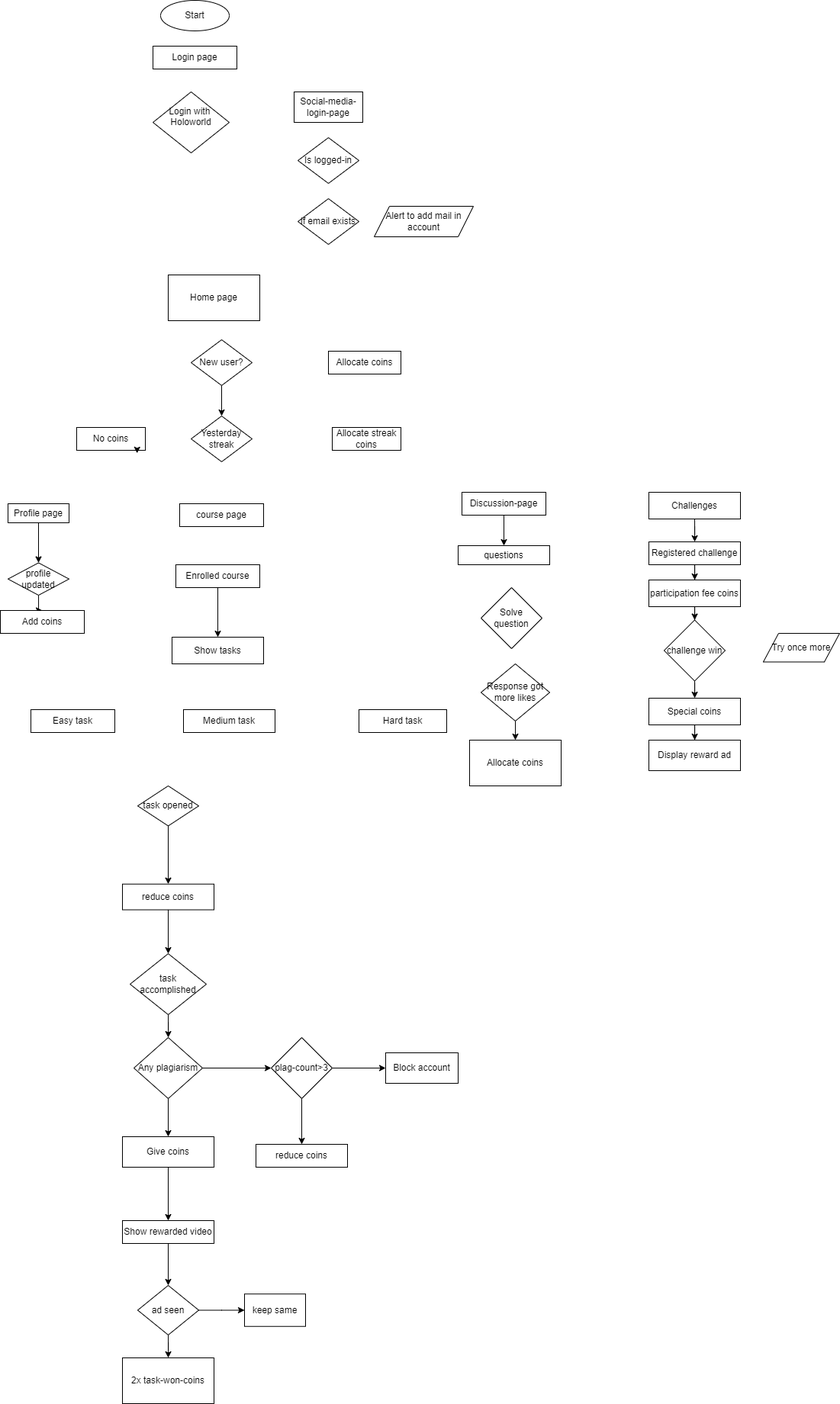
This is public/Coin-flow-chart.drawio.png from karthiksatish159/googleads, a draw.io export, as it was before one commit. Source tidied: cells renumbered, new cells last; positions are measured from the earlier drawing's top-left corner, leaving out a move shared by most shapes.
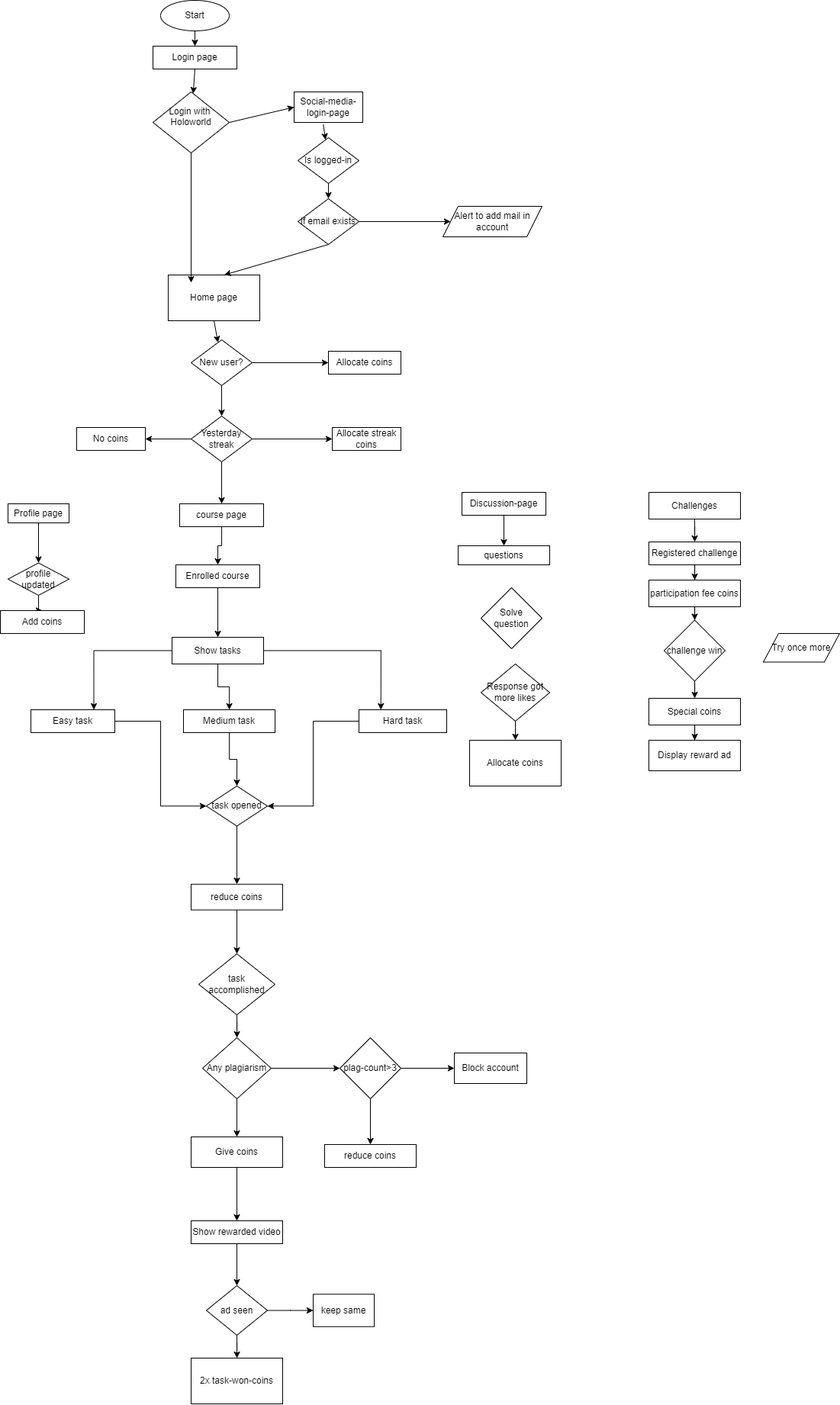
The same diagram one commit later.

Change to the diagram source:
```diff
@@ -21,7 +21,7 @@
       <mxGeometry x="390" y="260" width="80" height="60" as="geometry" />
     </mxCell>
     <mxCell id="8" value="Alert to add mail in account" style="shape=parallelogram;perimeter=parallelogramPerimeter;whiteSpace=wrap;html=1;fixedSize=1;" parent="1" vertex="1">
-      <mxGeometry x="490" y="270" width="130" height="40" as="geometry" />
+      <mxGeometry x="580" y="270" width="130" height="40" as="geometry" />
     </mxCell>
     <mxCell id="9" value="Home page&lt;br&gt;" style="rounded=0;whiteSpace=wrap;html=1;" parent="1" vertex="1">
       <mxGeometry x="220" y="360" width="120" height="60" as="geometry" />
@@ -38,12 +38,18 @@
     <mxCell id="13" value="Allocate streak coins" style="rounded=0;whiteSpace=wrap;html=1;" parent="1" vertex="1">
       <mxGeometry x="435" y="560" width="90" height="30" as="geometry" />
     </mxCell>
+    <mxCell id="71" style="edgeStyle=orthogonalEdgeStyle;rounded=0;jettySize=auto;html=1;" parent="1" edge="1" source="14" target="16">
+      <mxGeometry relative="1" as="geometry" />
+    </mxCell>
     <mxCell id="14" value="Yesterday&lt;br&gt;streak" style="rhombus;whiteSpace=wrap;html=1;" parent="1" vertex="1">
       <mxGeometry x="250" y="545" width="80" height="60" as="geometry" />
     </mxCell>
     <mxCell id="15" value="No coins&lt;br&gt;" style="rounded=0;whiteSpace=wrap;html=1;" parent="1" vertex="1">
       <mxGeometry x="100" y="560" width="90" height="30" as="geometry" />
     </mxCell>
+    <mxCell id="72" style="edgeStyle=orthogonalEdgeStyle;rounded=0;jettySize=auto;html=1;" parent="1" edge="1" source="16" target="18">
+      <mxGeometry relative="1" as="geometry" />
+    </mxCell>
     <mxCell id="16" value="course page" style="rounded=0;whiteSpace=wrap;html=1;" parent="1" vertex="1">
       <mxGeometry x="235" y="660" width="110" height="30" as="geometry" />
     </mxCell>
@@ -53,6 +59,15 @@
     <mxCell id="18" value="Enrolled course" style="rounded=0;whiteSpace=wrap;html=1;" parent="1" vertex="1">
       <mxGeometry x="230" y="740" width="110" height="30" as="geometry" />
     </mxCell>
+    <mxCell id="73" style="edgeStyle=orthogonalEdgeStyle;rounded=0;jettySize=auto;html=1;entryX=0.75;entryY=0;entryDx=0;entryDy=0;" parent="1" edge="1" source="19" target="24">
+      <mxGeometry relative="1" as="geometry" />
+    </mxCell>
+    <mxCell id="74" style="edgeStyle=orthogonalEdgeStyle;rounded=0;jettySize=auto;html=1;" parent="1" edge="1" source="19" target="25">
+      <mxGeometry relative="1" as="geometry" />
+    </mxCell>
+    <mxCell id="75" style="edgeStyle=orthogonalEdgeStyle;rounded=0;jettySize=auto;html=1;entryX=0.25;entryY=0;entryDx=0;entryDy=0;" parent="1" edge="1" source="19" target="26">
+      <mxGeometry relative="1" as="geometry" />
+    </mxCell>
     <mxCell id="19" value="Show tasks" style="whiteSpace=wrap;html=1;rounded=0;" parent="1" vertex="1">
       <mxGeometry x="225" y="835" width="120" height="35" as="geometry" />
     </mxCell>
@@ -60,20 +75,29 @@
       <mxGeometry relative="1" as="geometry" />
     </mxCell>
     <mxCell id="21" value="task opened" style="rhombus;whiteSpace=wrap;html=1;rounded=0;" parent="1" vertex="1">
-      <mxGeometry x="180" y="1030" width="80" height="52.5" as="geometry" />
+      <mxGeometry x="270" y="1030" width="80" height="52.5" as="geometry" />
     </mxCell>
     <mxCell id="22" style="edgeStyle=orthogonalEdgeStyle;rounded=0;jettySize=auto;html=1;" parent="1" edge="1" source="23" target="28">
       <mxGeometry relative="1" as="geometry" />
     </mxCell>
     <mxCell id="23" value="reduce coins" style="whiteSpace=wrap;html=1;rounded=0;" parent="1" vertex="1">
-      <mxGeometry x="160" y="1158.8" width="120" height="33.8" as="geometry" />
+      <mxGeometry x="250" y="1158.8" width="120" height="33.8" as="geometry" />
     </mxCell>
+    <mxCell id="76" style="edgeStyle=orthogonalEdgeStyle;rounded=0;jettySize=auto;html=1;entryX=0;entryY=0.5;entryDx=0;entryDy=0;" parent="1" edge="1" source="24" target="21">
+      <mxGeometry relative="1" as="geometry" />
+    </mxCell>
     <mxCell id="24" value="Easy task" style="rounded=0;whiteSpace=wrap;html=1;" parent="1" vertex="1">
       <mxGeometry x="40" y="930" width="110" height="30" as="geometry" />
     </mxCell>
+    <mxCell id="77" style="edgeStyle=orthogonalEdgeStyle;rounded=0;jettySize=auto;html=1;entryX=0.5;entryY=0;entryDx=0;entryDy=0;" parent="1" edge="1" source="25" target="21">
+      <mxGeometry relative="1" as="geometry" />
+    </mxCell>
     <mxCell id="25" value="Medium task" style="rounded=0;whiteSpace=wrap;html=1;" parent="1" vertex="1">
       <mxGeometry x="240" y="930" width="120" height="30" as="geometry" />
     </mxCell>
+    <mxCell id="78" style="edgeStyle=orthogonalEdgeStyle;rounded=0;jettySize=auto;html=1;entryX=1;entryY=0.5;entryDx=0;entryDy=0;" parent="1" edge="1" source="26" target="21">
+      <mxGeometry relative="1" as="geometry" />
+    </mxCell>
     <mxCell id="26" value="Hard task" style="rounded=0;whiteSpace=wrap;html=1;" parent="1" vertex="1">
       <mxGeometry x="470" y="930" width="115" height="30" as="geometry" />
     </mxCell>
@@ -81,7 +105,7 @@
       <mxGeometry relative="1" as="geometry" />
     </mxCell>
     <mxCell id="28" value="task accomplished" style="rhombus;whiteSpace=wrap;html=1;rounded=0;" parent="1" vertex="1">
-      <mxGeometry x="170" y="1250" width="100" height="80" as="geometry" />
+      <mxGeometry x="260" y="1250" width="100" height="80" as="geometry" />
     </mxCell>
     <mxCell id="29" style="edgeStyle=orthogonalEdgeStyle;rounded=0;jettySize=auto;html=1;" parent="1" edge="1" source="31" target="34">
       <mxGeometry relative="1" as="geometry" />
@@ -90,7 +114,7 @@
       <mxGeometry relative="1" as="geometry" />
     </mxCell>
     <mxCell id="31" value="Any plagiarism" style="rhombus;whiteSpace=wrap;html=1;rounded=0;" parent="1" vertex="1">
-      <mxGeometry x="175" y="1360" width="90" height="80" as="geometry" />
+      <mxGeometry x="265" y="1360" width="90" height="80" as="geometry" />
     </mxCell>
     <mxCell id="32" style="edgeStyle=orthogonalEdgeStyle;rounded=0;jettySize=auto;html=1;" parent="1" edge="1" source="34" target="35">
       <mxGeometry relative="1" as="geometry" />
@@ -99,25 +123,25 @@
       <mxGeometry relative="1" as="geometry" />
     </mxCell>
     <mxCell id="34" value="plag-count&amp;gt;3" style="rhombus;whiteSpace=wrap;html=1;rounded=0;" parent="1" vertex="1">
-      <mxGeometry x="355" y="1360" width="80" height="80" as="geometry" />
+      <mxGeometry x="445" y="1360" width="80" height="80" as="geometry" />
     </mxCell>
     <mxCell id="35" value="Block account" style="whiteSpace=wrap;html=1;rounded=0;" parent="1" vertex="1">
-      <mxGeometry x="505" y="1380" width="95" height="40" as="geometry" />
+      <mxGeometry x="595" y="1380" width="95" height="40" as="geometry" />
     </mxCell>
     <mxCell id="36" value="reduce coins" style="whiteSpace=wrap;html=1;rounded=0;" parent="1" vertex="1">
-      <mxGeometry x="335" y="1500" width="120" height="30" as="geometry" />
+      <mxGeometry x="425" y="1500" width="120" height="30" as="geometry" />
     </mxCell>
     <mxCell id="37" style="edgeStyle=orthogonalEdgeStyle;rounded=0;jettySize=auto;html=1;" parent="1" edge="1" source="38" target="40">
       <mxGeometry relative="1" as="geometry" />
     </mxCell>
     <mxCell id="38" value="Give coins" style="whiteSpace=wrap;html=1;rounded=0;" parent="1" vertex="1">
-      <mxGeometry x="160" y="1490" width="120" height="40" as="geometry" />
+      <mxGeometry x="250" y="1490" width="120" height="40" as="geometry" />
     </mxCell>
     <mxCell id="39" style="edgeStyle=orthogonalEdgeStyle;rounded=0;jettySize=auto;html=1;" parent="1" edge="1" source="40" target="43">
       <mxGeometry relative="1" as="geometry" />
     </mxCell>
     <mxCell id="40" value="Show rewarded video&lt;br&gt;" style="whiteSpace=wrap;html=1;rounded=0;" parent="1" vertex="1">
-      <mxGeometry x="160" y="1600" width="120" height="30" as="geometry" />
+      <mxGeometry x="250" y="1600" width="120" height="30" as="geometry" />
     </mxCell>
     <mxCell id="41" style="edgeStyle=orthogonalEdgeStyle;rounded=0;jettySize=auto;html=1;" parent="1" edge="1" source="43" target="44">
       <mxGeometry relative="1" as="geometry" />
@@ -126,17 +150,14 @@
       <mxGeometry relative="1" as="geometry" />
     </mxCell>
     <mxCell id="43" value="ad seen" style="rhombus;whiteSpace=wrap;html=1;rounded=0;" parent="1" vertex="1">
-      <mxGeometry x="180" y="1685" width="80" height="65" as="geometry" />
+      <mxGeometry x="270" y="1685" width="80" height="65" as="geometry" />
     </mxCell>
     <mxCell id="44" value="2x task-won-coins" style="whiteSpace=wrap;html=1;rounded=0;" parent="1" vertex="1">
-      <mxGeometry x="160" y="1780" width="120" height="60" as="geometry" />
+      <mxGeometry x="250" y="1780" width="120" height="60" as="geometry" />
     </mxCell>
     <mxCell id="45" value="keep same" style="whiteSpace=wrap;html=1;rounded=0;" parent="1" vertex="1">
-      <mxGeometry x="320" y="1696.2" width="80" height="42.5" as="geometry" />
+      <mxGeometry x="410" y="1696.3" width="80" height="42.5" as="geometry" />
     </mxCell>
-    <mxCell id="46" style="edgeStyle=orthogonalEdgeStyle;rounded=0;orthogonalLoop=1;jettySize=auto;html=1;exitX=0.5;exitY=1;exitDx=0;exitDy=0;entryX=0.88;entryY=1.127;entryDx=0;entryDy=0;entryPerimeter=0;" parent="1" edge="1" source="15" target="15">
-      <mxGeometry relative="1" as="geometry" />
-    </mxCell>
     <mxCell id="47" style="edgeStyle=orthogonalEdgeStyle;rounded=0;jettySize=auto;html=1;" parent="1" edge="1" source="48" target="50">
       <mxGeometry relative="1" as="geometry" />
     </mxCell>
@@ -209,5 +230,45 @@
     <mxCell id="70" value="Try once more" style="shape=parallelogram;perimeter=parallelogramPerimeter;whiteSpace=wrap;html=1;fixedSize=1;" parent="1" vertex="1">
       <mxGeometry x="1000" y="830" width="100" height="37.5" as="geometry" />
     </mxCell>
+    <mxCell id="79" style="endArrow=classic;html=1;rounded=0;" parent="1" edge="1" source="2" target="3">
+      <mxGeometry relative="1" as="geometry" />
+    </mxCell>
+    <mxCell id="80" style="endArrow=classic;html=1;rounded=0;exitX=0.5;exitY=1;exitDx=0;exitDy=0;" parent="1" edge="1" source="3" target="4">
+      <mxGeometry relative="1" as="geometry" />
+    </mxCell>
+    <mxCell id="81" style="endArrow=classic;html=1;rounded=0;entryX=0;entryY=0.5;entryDx=0;entryDy=0;" parent="1" edge="1" target="5">
+      <mxGeometry relative="1" as="geometry">
+        <mxPoint x="300" y="160" as="sourcePoint" />
+      </mxGeometry>
+    </mxCell>
+    <mxCell id="82" style="endArrow=classic;html=1;rounded=0;exitX=0.5;exitY=1;exitDx=0;exitDy=0;" parent="1" edge="1" source="4">
+      <mxGeometry relative="1" as="geometry">
+        <mxPoint x="250" y="370" as="targetPoint" />
+      </mxGeometry>
+    </mxCell>
+    <mxCell id="83" style="endArrow=classic;html=1;rounded=0;exitX=0.426;exitY=1.07;exitDx=0;exitDy=0;exitPerimeter=0;" parent="1" edge="1" source="5" target="6">
+      <mxGeometry relative="1" as="geometry" />
+    </mxCell>
+    <mxCell id="84" style="endArrow=classic;html=1;rounded=0;exitX=0.5;exitY=1;exitDx=0;exitDy=0;entryX=0.614;entryY=-0.003;entryDx=0;entryDy=0;entryPerimeter=0;" parent="1" edge="1" source="7" target="9">
+      <mxGeometry relative="1" as="geometry" />
+    </mxCell>
+    <mxCell id="85" style="endArrow=classic;html=1;rounded=0;exitX=0.5;exitY=1;exitDx=0;exitDy=0;" parent="1" edge="1" source="6" target="7">
+      <mxGeometry relative="1" as="geometry" />
+    </mxCell>
+    <mxCell id="86" style="endArrow=classic;html=1;rounded=0;entryX=0;entryY=0.5;entryDx=0;entryDy=0;" parent="1" edge="1" source="7" target="8">
+      <mxGeometry relative="1" as="geometry" />
+    </mxCell>
+    <mxCell id="87" style="endArrow=classic;html=1;rounded=0;exitX=0.5;exitY=1;exitDx=0;exitDy=0;" parent="1" edge="1" source="9" target="11">
+      <mxGeometry relative="1" as="geometry" />
+    </mxCell>
+    <mxCell id="88" style="endArrow=classic;html=1;rounded=0;entryX=0;entryY=0.5;entryDx=0;entryDy=0;" parent="1" edge="1" source="11" target="12">
+      <mxGeometry relative="1" as="geometry" />
+    </mxCell>
+    <mxCell id="89" style="endArrow=classic;html=1;rounded=0;exitX=0;exitY=0.5;exitDx=0;exitDy=0;" parent="1" edge="1" source="14" target="15">
+      <mxGeometry relative="1" as="geometry" />
+    </mxCell>
+    <mxCell id="90" style="endArrow=classic;html=1;rounded=0;exitX=1;exitY=0.5;exitDx=0;exitDy=0;entryX=0;entryY=0.5;entryDx=0;entryDy=0;" parent="1" edge="1" source="14" target="13">
+      <mxGeometry relative="1" as="geometry" />
+    </mxCell>
   </root>
 </mxGraphModel>
```
